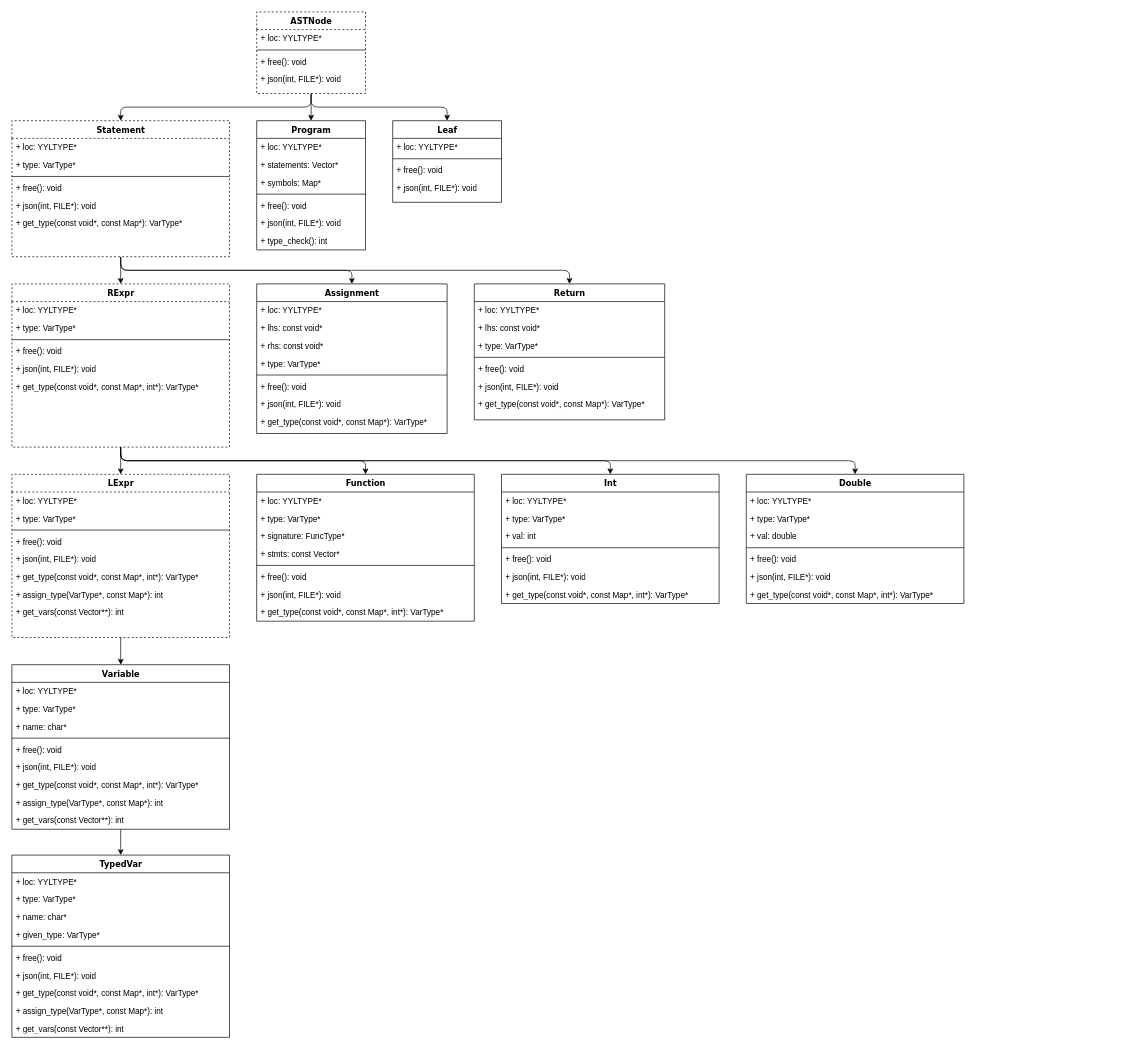
This is doc/ASTHierarchy.drawio from taylor-santos/Tlang, a draw.io file, before an edit. Source tidied: cells renumbered, new cells numbered last; positions are measured from the earlier drawing's top-left corner, leaving out a move shared by most shapes. Both pictures are drawn from the tidied source at 68%, with x=0, y=0 at pixel (12, 12).
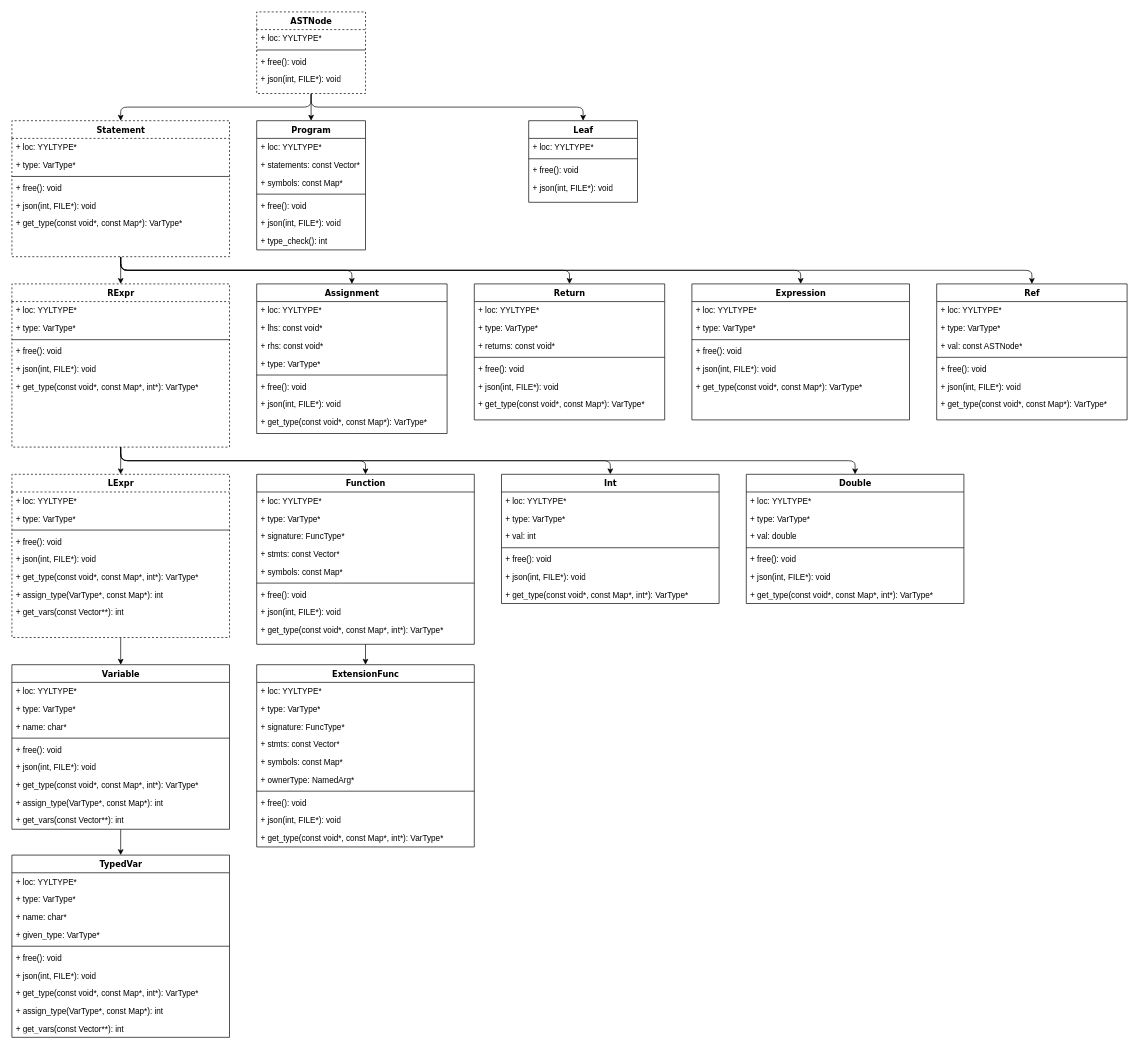
Above is the later version.

Unchanged cells that the change refers to:
```xml
<mxCell id="5" value="ASTNode" style="swimlane;html=1;fontStyle=1;align=center;verticalAlign=top;horizontal=1;startSize=26;swimlaneFillColor=#ffffff;rounded=0;shadow=0;comic=0;labelBackgroundColor=none;strokeColor=#000000;strokeWidth=1;fillColor=none;fontFamily=Verdana;fontSize=12;fontColor=#000000;dashed=1;" parent="1" vertex="1">
  <mxGeometry x="360" width="160" height="120" as="geometry" />
</mxCell>
<mxCell id="13" value="Statement" style="swimlane;html=1;fontStyle=1;align=center;verticalAlign=top;horizontal=1;startSize=26;swimlaneFillColor=#ffffff;rounded=0;shadow=0;comic=0;labelBackgroundColor=none;strokeColor=#000000;strokeWidth=1;fillColor=none;fontFamily=Verdana;fontSize=12;fontColor=#000000;dashed=1;" parent="1" vertex="1">
  <mxGeometry y="160" width="320" height="200" as="geometry" />
</mxCell>
<mxCell id="34" value="Program" style="swimlane;html=1;fontStyle=1;align=center;verticalAlign=top;horizontal=1;startSize=26;swimlaneFillColor=#ffffff;rounded=0;shadow=0;comic=0;labelBackgroundColor=none;strokeColor=#000000;strokeWidth=1;fillColor=none;fontFamily=Verdana;fontSize=12;fontColor=#000000;" parent="1" vertex="1">
  <mxGeometry x="360" y="160" width="160" height="190" as="geometry" />
</mxCell>
<mxCell id="101" value="Return" style="swimlane;html=1;fontStyle=1;align=center;verticalAlign=top;horizontal=1;startSize=26;swimlaneFillColor=#ffffff;rounded=0;shadow=0;comic=0;labelBackgroundColor=none;strokeColor=#000000;strokeWidth=1;fillColor=none;fontFamily=Verdana;fontSize=12;fontColor=#000000;" parent="1" vertex="1">
  <mxGeometry x="680" y="400" width="280" height="200" as="geometry" />
</mxCell>
```

Change to the diagram source:
```diff
@@
-    <mxCell id="3" style="edgeStyle=orthogonalEdgeStyle;rounded=1;jettySize=auto;html=1;exitX=0.5;exitY=1;exitDx=0;exitDy=0;entryX=0.5;entryY=0;entryDx=0;entryDy=0;" parent="1" edge="1" source="5" target="29">
-      <mxGeometry relative="1" as="geometry" />
-    </mxCell>
@@
+    <mxCell id="118" style="edgeStyle=orthogonalEdgeStyle;rounded=1;jettySize=auto;html=1;exitX=0.5;exitY=1;exitDx=0;exitDy=0;" parent="1" edge="1" source="5" target="134">
+      <mxGeometry relative="1" as="geometry" />
+    </mxCell>
@@
+    <mxCell id="119" style="edgeStyle=orthogonalEdgeStyle;rounded=1;jettySize=auto;html=1;exitX=0.5;exitY=1;exitDx=0;exitDy=0;" parent="1" edge="1" source="13" target="127">
+      <mxGeometry relative="1" as="geometry" />
+    </mxCell>
+    <mxCell id="120" style="edgeStyle=orthogonalEdgeStyle;rounded=1;jettySize=auto;html=1;exitX=0.5;exitY=1;exitDx=0;exitDy=0;" parent="1" edge="1" source="13" target="29">
+      <mxGeometry relative="1" as="geometry" />
+    </mxCell>
@@
-    <mxCell id="29" value="Leaf" style="swimlane;html=1;fontStyle=1;align=center;verticalAlign=top;horizontal=1;startSize=26;swimlaneFillColor=#ffffff;rounded=0;shadow=0;comic=0;labelBackgroundColor=none;strokeColor=#000000;strokeWidth=1;fillColor=none;fontFamily=Verdana;fontSize=12;fontColor=#000000;" parent="1" vertex="1">
-      <mxGeometry x="560" y="160" width="160" height="120" as="geometry" />
+    <mxCell id="29" value="Ref" style="swimlane;html=1;fontStyle=1;align=center;verticalAlign=top;horizontal=1;startSize=26;swimlaneFillColor=#ffffff;rounded=0;shadow=0;comic=0;labelBackgroundColor=none;strokeColor=#000000;strokeWidth=1;fillColor=none;fontFamily=Verdana;fontSize=12;fontColor=#000000;" parent="1" vertex="1">
+      <mxGeometry x="1360" y="400" width="280" height="200" as="geometry" />
     </mxCell>
     <mxCell id="30" value="+ loc: YYLTYPE*" style="text;html=1;strokeColor=none;fillColor=none;align=left;verticalAlign=top;spacingLeft=4;spacingRight=4;whiteSpace=wrap;overflow=hidden;" parent="29" vertex="1">
-      <mxGeometry y="26" width="160" height="26" as="geometry" />
+      <mxGeometry y="26" width="280" height="26" as="geometry" />
     </mxCell>
+    <mxCell id="121" value="+ type: VarType*&lt;br&gt;" style="text;html=1;strokeColor=none;fillColor=none;align=left;verticalAlign=top;spacingLeft=4;spacingRight=4;whiteSpace=wrap;overflow=hidden;" parent="29" vertex="1">
+      <mxGeometry y="52" width="280" height="26" as="geometry" />
+    </mxCell>
+    <mxCell id="122" value="+ val: const ASTNode*&lt;br&gt;" style="text;html=1;strokeColor=none;fillColor=none;align=left;verticalAlign=top;spacingLeft=4;spacingRight=4;whiteSpace=wrap;overflow=hidden;" parent="29" vertex="1">
+      <mxGeometry y="78" width="280" height="26" as="geometry" />
+    </mxCell>
     <mxCell id="31" style="line;html=1;strokeWidth=1;fillColor=none;align=left;verticalAlign=middle;spacingTop=-1;spacingLeft=3;spacingRight=3;labelPosition=right;" parent="29" vertex="1">
-      <mxGeometry y="52" width="160" height="8" as="geometry" />
+      <mxGeometry y="104" width="280" height="8" as="geometry" />
     </mxCell>
     <mxCell id="32" value="+ free(): void" style="text;html=1;strokeColor=none;fillColor=none;align=left;verticalAlign=top;spacingLeft=4;spacingRight=4;whiteSpace=wrap;overflow=hidden;" parent="29" vertex="1">
-      <mxGeometry y="60" width="160" height="26" as="geometry" />
+      <mxGeometry y="112" width="280" height="26" as="geometry" />
     </mxCell>
     <mxCell id="33" value="+ json(int, FILE*): void&lt;br&gt;&lt;br&gt;" style="text;html=1;strokeColor=none;fillColor=none;align=left;verticalAlign=top;spacingLeft=4;spacingRight=4;whiteSpace=wrap;overflow=hidden;" parent="29" vertex="1">
-      <mxGeometry y="86" width="160" height="26" as="geometry" />
+      <mxGeometry y="138" width="280" height="26" as="geometry" />
     </mxCell>
+    <mxCell id="123" value="+ get_type(const void*, const Map*): VarType*&lt;br&gt;" style="text;html=1;strokeColor=none;fillColor=none;align=left;verticalAlign=top;spacingLeft=4;spacingRight=4;whiteSpace=wrap;overflow=hidden;" parent="29" vertex="1">
+      <mxGeometry y="164" width="280" height="26" as="geometry" />
+    </mxCell>
@@
-    <mxCell id="36" value="+ statements: Vector*&lt;br&gt;" style="text;html=1;strokeColor=none;fillColor=none;align=left;verticalAlign=top;spacingLeft=4;spacingRight=4;whiteSpace=wrap;overflow=hidden;" parent="34" vertex="1">
+    <mxCell id="36" value="+ statements: const Vector*&lt;br&gt;" style="text;html=1;strokeColor=none;fillColor=none;align=left;verticalAlign=top;spacingLeft=4;spacingRight=4;whiteSpace=wrap;overflow=hidden;" parent="34" vertex="1">
       <mxGeometry y="52" width="160" height="26" as="geometry" />
     </mxCell>
-    <mxCell id="37" value="+ symbols: Map*&lt;br&gt;" style="text;html=1;strokeColor=none;fillColor=none;align=left;verticalAlign=top;spacingLeft=4;spacingRight=4;whiteSpace=wrap;overflow=hidden;" parent="34" vertex="1">
+    <mxCell id="37" value="+ symbols: const Map*&lt;br&gt;" style="text;html=1;strokeColor=none;fillColor=none;align=left;verticalAlign=top;spacingLeft=4;spacingRight=4;whiteSpace=wrap;overflow=hidden;" parent="34" vertex="1">
       <mxGeometry y="78" width="160" height="26" as="geometry" />
     </mxCell>
@@
-    <mxCell id="103" value="+ lhs: const void*&lt;br&gt;" style="text;html=1;strokeColor=none;fillColor=none;align=left;verticalAlign=top;spacingLeft=4;spacingRight=4;whiteSpace=wrap;overflow=hidden;" parent="101" vertex="1">
-      <mxGeometry y="52" width="280" height="26" as="geometry" />
-    </mxCell>
     <mxCell id="104" value="+ type: VarType*&lt;br&gt;" style="text;html=1;strokeColor=none;fillColor=none;align=left;verticalAlign=top;spacingLeft=4;spacingRight=4;whiteSpace=wrap;overflow=hidden;" parent="101" vertex="1">
-      <mxGeometry y="78" width="280" height="26" as="geometry" />
+      <mxGeometry y="52" width="280" height="26" as="geometry" />
     </mxCell>
+    <mxCell id="124" value="+ returns: const void*&lt;br&gt;" style="text;html=1;strokeColor=none;fillColor=none;align=left;verticalAlign=top;spacingLeft=4;spacingRight=4;whiteSpace=wrap;overflow=hidden;" parent="101" vertex="1">
+      <mxGeometry y="78" width="280" height="26" as="geometry" />
+    </mxCell>
@@
+    <mxCell id="125" style="edgeStyle=orthogonalEdgeStyle;rounded=1;jettySize=auto;html=1;exitX=0.5;exitY=1;exitDx=0;exitDy=0;entryX=0.5;entryY=0;entryDx=0;entryDy=0;" parent="1" edge="1" source="109" target="139">
+      <mxGeometry relative="1" as="geometry" />
+    </mxCell>
     <mxCell id="109" value="Function&lt;br&gt;" style="swimlane;html=1;fontStyle=1;align=center;verticalAlign=top;horizontal=1;startSize=26;swimlaneFillColor=#ffffff;rounded=0;shadow=0;comic=0;labelBackgroundColor=none;strokeColor=#000000;strokeWidth=1;fillColor=none;fontFamily=Verdana;fontSize=12;fontColor=#000000;" parent="1" vertex="1">
-      <mxGeometry x="360" y="680" width="320" height="216" as="geometry" />
+      <mxGeometry x="360" y="680" width="320" height="250" as="geometry" />
     </mxCell>
@@
+    <mxCell id="126" value="+ symbols: const Map*&lt;br&gt;" style="text;html=1;strokeColor=none;fillColor=none;align=left;verticalAlign=top;spacingLeft=4;spacingRight=4;whiteSpace=wrap;overflow=hidden;" parent="109" vertex="1">
+      <mxGeometry y="130" width="320" height="26" as="geometry" />
+    </mxCell>
     <mxCell id="114" style="line;html=1;strokeWidth=1;fillColor=none;align=left;verticalAlign=middle;spacingTop=-1;spacingLeft=3;spacingRight=3;labelPosition=right;" parent="109" vertex="1">
-      <mxGeometry y="130" width="320" height="8" as="geometry" />
+      <mxGeometry y="156" width="320" height="8" as="geometry" />
     </mxCell>
     <mxCell id="115" value="+ free(): void" style="text;html=1;strokeColor=none;fillColor=none;align=left;verticalAlign=top;spacingLeft=4;spacingRight=4;whiteSpace=wrap;overflow=hidden;" parent="109" vertex="1">
-      <mxGeometry y="138" width="320" height="26" as="geometry" />
+      <mxGeometry y="164" width="320" height="26" as="geometry" />
     </mxCell>
     <mxCell id="116" value="+ json(int, FILE*): void&lt;br&gt;&lt;br&gt;" style="text;html=1;strokeColor=none;fillColor=none;align=left;verticalAlign=top;spacingLeft=4;spacingRight=4;whiteSpace=wrap;overflow=hidden;" parent="109" vertex="1">
-      <mxGeometry y="164" width="320" height="26" as="geometry" />
+      <mxGeometry y="190" width="320" height="26" as="geometry" />
     </mxCell>
     <mxCell id="117" value="+ get_type(const void*, const Map*, int*): VarType*&lt;br&gt;" style="text;html=1;strokeColor=none;fillColor=none;align=left;verticalAlign=top;spacingLeft=4;spacingRight=4;whiteSpace=wrap;overflow=hidden;" parent="109" vertex="1">
-      <mxGeometry y="190" width="320" height="26" as="geometry" />
+      <mxGeometry y="216" width="320" height="26" as="geometry" />
     </mxCell>
+    <mxCell id="127" value="Expression" style="swimlane;html=1;fontStyle=1;align=center;verticalAlign=top;horizontal=1;startSize=26;swimlaneFillColor=#ffffff;rounded=0;shadow=0;comic=0;labelBackgroundColor=none;strokeColor=#000000;strokeWidth=1;fillColor=none;fontFamily=Verdana;fontSize=12;fontColor=#000000;" parent="1" vertex="1">
+      <mxGeometry x="1000" y="400" width="320" height="200" as="geometry" />
+    </mxCell>
+    <mxCell id="128" value="+ loc: YYLTYPE*" style="text;html=1;strokeColor=none;fillColor=none;align=left;verticalAlign=top;spacingLeft=4;spacingRight=4;whiteSpace=wrap;overflow=hidden;" parent="127" vertex="1">
+      <mxGeometry y="26" width="320" height="26" as="geometry" />
+    </mxCell>
+    <mxCell id="129" value="+ type: VarType*&lt;br&gt;" style="text;html=1;strokeColor=none;fillColor=none;align=left;verticalAlign=top;spacingLeft=4;spacingRight=4;whiteSpace=wrap;overflow=hidden;" parent="127" vertex="1">
+      <mxGeometry y="52" width="320" height="26" as="geometry" />
+    </mxCell>
+    <mxCell id="130" style="line;html=1;strokeWidth=1;fillColor=none;align=left;verticalAlign=middle;spacingTop=-1;spacingLeft=3;spacingRight=3;labelPosition=right;" parent="127" vertex="1">
+      <mxGeometry y="78" width="320" height="8" as="geometry" />
+    </mxCell>
+    <mxCell id="131" value="+ free(): void" style="text;html=1;strokeColor=none;fillColor=none;align=left;verticalAlign=top;spacingLeft=4;spacingRight=4;whiteSpace=wrap;overflow=hidden;" parent="127" vertex="1">
+      <mxGeometry y="86" width="320" height="26" as="geometry" />
+    </mxCell>
+    <mxCell id="132" value="+ json(int, FILE*): void&lt;br&gt;&lt;br&gt;" style="text;html=1;strokeColor=none;fillColor=none;align=left;verticalAlign=top;spacingLeft=4;spacingRight=4;whiteSpace=wrap;overflow=hidden;" parent="127" vertex="1">
+      <mxGeometry y="112" width="320" height="26" as="geometry" />
+    </mxCell>
+    <mxCell id="133" value="+ get_type(const void*, const Map*): VarType*&lt;br&gt;" style="text;html=1;strokeColor=none;fillColor=none;align=left;verticalAlign=top;spacingLeft=4;spacingRight=4;whiteSpace=wrap;overflow=hidden;" parent="127" vertex="1">
+      <mxGeometry y="138" width="320" height="26" as="geometry" />
+    </mxCell>
+    <mxCell id="134" value="Leaf" style="swimlane;html=1;fontStyle=1;align=center;verticalAlign=top;horizontal=1;startSize=26;swimlaneFillColor=#ffffff;rounded=0;shadow=0;comic=0;labelBackgroundColor=none;strokeColor=#000000;strokeWidth=1;fillColor=none;fontFamily=Verdana;fontSize=12;fontColor=#000000;" parent="1" vertex="1">
+      <mxGeometry x="760" y="160" width="160" height="120" as="geometry" />
+    </mxCell>
+    <mxCell id="135" value="+ loc: YYLTYPE*" style="text;html=1;strokeColor=none;fillColor=none;align=left;verticalAlign=top;spacingLeft=4;spacingRight=4;whiteSpace=wrap;overflow=hidden;" parent="134" vertex="1">
+      <mxGeometry y="26" width="160" height="26" as="geometry" />
+    </mxCell>
+    <mxCell id="136" style="line;html=1;strokeWidth=1;fillColor=none;align=left;verticalAlign=middle;spacingTop=-1;spacingLeft=3;spacingRight=3;labelPosition=right;" parent="134" vertex="1">
+      <mxGeometry y="52" width="160" height="8" as="geometry" />
+    </mxCell>
+    <mxCell id="137" value="+ free(): void" style="text;html=1;strokeColor=none;fillColor=none;align=left;verticalAlign=top;spacingLeft=4;spacingRight=4;whiteSpace=wrap;overflow=hidden;" parent="134" vertex="1">
+      <mxGeometry y="60" width="160" height="26" as="geometry" />
+    </mxCell>
+    <mxCell id="138" value="+ json(int, FILE*): void&lt;br&gt;&lt;br&gt;" style="text;html=1;strokeColor=none;fillColor=none;align=left;verticalAlign=top;spacingLeft=4;spacingRight=4;whiteSpace=wrap;overflow=hidden;" parent="134" vertex="1">
+      <mxGeometry y="86" width="160" height="26" as="geometry" />
+    </mxCell>
+    <mxCell id="139" value="ExtensionFunc&lt;br&gt;" style="swimlane;html=1;fontStyle=1;align=center;verticalAlign=top;horizontal=1;startSize=26;swimlaneFillColor=#ffffff;rounded=0;shadow=0;comic=0;labelBackgroundColor=none;strokeColor=#000000;strokeWidth=1;fillColor=none;fontFamily=Verdana;fontSize=12;fontColor=#000000;" parent="1" vertex="1">
+      <mxGeometry x="360" y="960" width="320" height="268" as="geometry" />
+    </mxCell>
+    <mxCell id="140" value="+ loc: YYLTYPE*" style="text;html=1;strokeColor=none;fillColor=none;align=left;verticalAlign=top;spacingLeft=4;spacingRight=4;whiteSpace=wrap;overflow=hidden;" parent="139" vertex="1">
+      <mxGeometry y="26" width="320" height="26" as="geometry" />
+    </mxCell>
+    <mxCell id="141" value="+ type: VarType*&lt;br&gt;" style="text;html=1;strokeColor=none;fillColor=none;align=left;verticalAlign=top;spacingLeft=4;spacingRight=4;whiteSpace=wrap;overflow=hidden;" parent="139" vertex="1">
+      <mxGeometry y="52" width="320" height="26" as="geometry" />
+    </mxCell>
+    <mxCell id="142" value="+ signature: FuncType*&lt;br&gt;" style="text;html=1;strokeColor=none;fillColor=none;align=left;verticalAlign=top;spacingLeft=4;spacingRight=4;whiteSpace=wrap;overflow=hidden;" parent="139" vertex="1">
+      <mxGeometry y="78" width="320" height="26" as="geometry" />
+    </mxCell>
+    <mxCell id="143" value="+ stmts: const Vector*&lt;br&gt;" style="text;html=1;strokeColor=none;fillColor=none;align=left;verticalAlign=top;spacingLeft=4;spacingRight=4;whiteSpace=wrap;overflow=hidden;" parent="139" vertex="1">
+      <mxGeometry y="104" width="320" height="26" as="geometry" />
+    </mxCell>
+    <mxCell id="144" value="+ symbols: const Map*&lt;br&gt;" style="text;html=1;strokeColor=none;fillColor=none;align=left;verticalAlign=top;spacingLeft=4;spacingRight=4;whiteSpace=wrap;overflow=hidden;" parent="139" vertex="1">
+      <mxGeometry y="130" width="320" height="26" as="geometry" />
+    </mxCell>
+    <mxCell id="145" value="+ ownerType: NamedArg*&lt;br&gt;" style="text;html=1;strokeColor=none;fillColor=none;align=left;verticalAlign=top;spacingLeft=4;spacingRight=4;whiteSpace=wrap;overflow=hidden;" parent="139" vertex="1">
+      <mxGeometry y="156" width="320" height="26" as="geometry" />
+    </mxCell>
+    <mxCell id="146" style="line;html=1;strokeWidth=1;fillColor=none;align=left;verticalAlign=middle;spacingTop=-1;spacingLeft=3;spacingRight=3;labelPosition=right;" parent="139" vertex="1">
+      <mxGeometry y="182" width="320" height="8" as="geometry" />
+    </mxCell>
+    <mxCell id="147" value="+ free(): void" style="text;html=1;strokeColor=none;fillColor=none;align=left;verticalAlign=top;spacingLeft=4;spacingRight=4;whiteSpace=wrap;overflow=hidden;" parent="139" vertex="1">
+      <mxGeometry y="190" width="320" height="26" as="geometry" />
+    </mxCell>
+    <mxCell id="148" value="+ json(int, FILE*): void&lt;br&gt;&lt;br&gt;" style="text;html=1;strokeColor=none;fillColor=none;align=left;verticalAlign=top;spacingLeft=4;spacingRight=4;whiteSpace=wrap;overflow=hidden;" parent="139" vertex="1">
+      <mxGeometry y="216" width="320" height="26" as="geometry" />
+    </mxCell>
+    <mxCell id="149" value="+ get_type(const void*, const Map*, int*): VarType*&lt;br&gt;" style="text;html=1;strokeColor=none;fillColor=none;align=left;verticalAlign=top;spacingLeft=4;spacingRight=4;whiteSpace=wrap;overflow=hidden;" parent="139" vertex="1">
+      <mxGeometry y="242" width="320" height="26" as="geometry" />
+    </mxCell>
```
